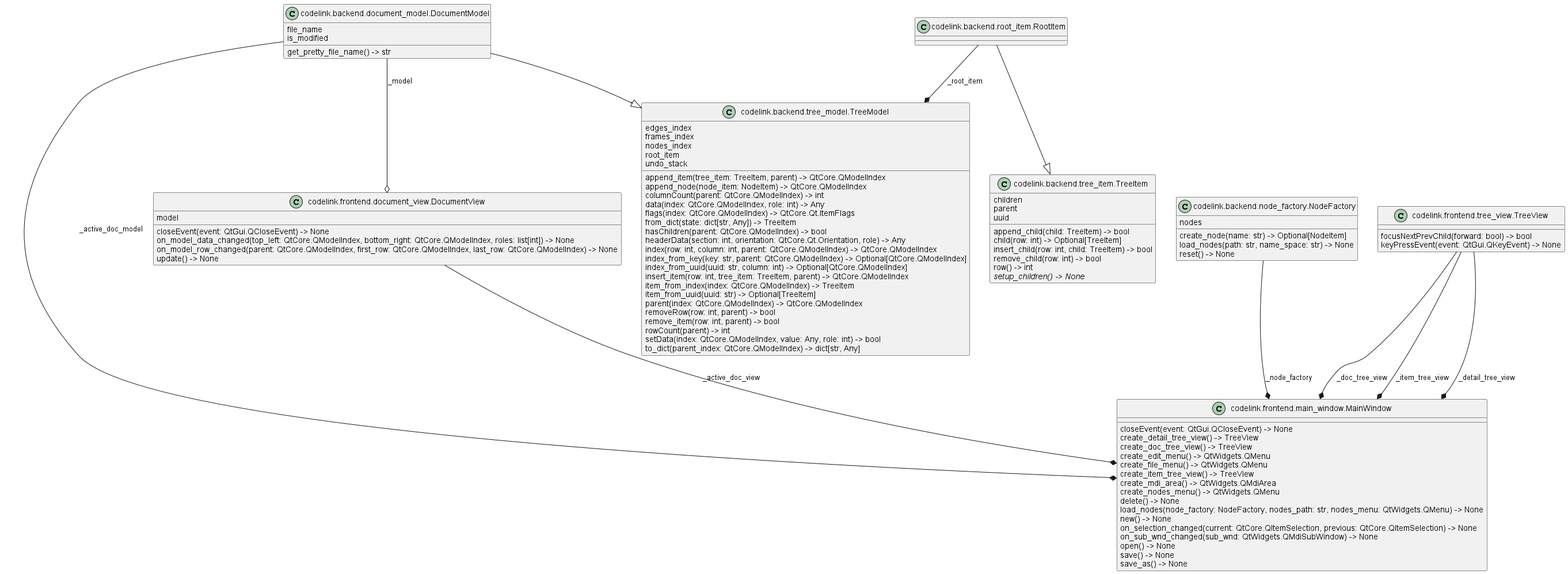
Earlier version of the PlantUML export img/frontend_classes.png (j8sr0230/codelink).
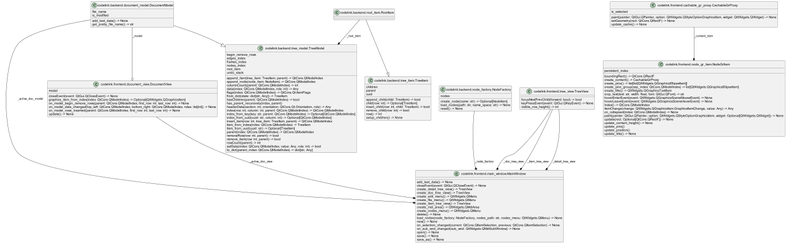
The same diagram one commit later.

The edit, as a diff of the source:
```diff
@@ -3,6 +3,7 @@
 class "codelink.backend.document_model.DocumentModel" as codelink.backend.document_model.DocumentModel {
   file_name
   is_modified
+  add_test_data() -> None
   get_pretty_file_name() -> str
 }
 class "codelink.backend.node_factory.NodeFactory" as codelink.backend.node_factory.NodeFactory {
@@ -25,6 +26,7 @@
   {abstract}setup_children() -> None
 }
 class "codelink.backend.tree_model.TreeModel" as codelink.backend.tree_model.TreeModel {
+  begin_remove_rows
   edges_index
   frames_index
   nodes_index
@@ -37,6 +39,7 @@
   flags(index: QtCore.QModelIndex) -> QtCore.Qt.ItemFlags
   from_dict(state: dict[str, Any]) -> TreeItem
   hasChildren(parent: QtCore.QModelIndex) -> bool
+  has_parent_recursively(index, parent)
   headerData(section: int, orientation: QtCore.Qt.Orientation, role) -> Any
   index(row: int, column: int, parent: QtCore.QModelIndex) -> QtCore.QModelIndex
   index_from_key(key: str, parent: QtCore.QModelIndex) -> Optional[QtCore.QModelIndex]
@@ -51,14 +54,23 @@
   setData(index: QtCore.QModelIndex, value: Any, role: int) -> bool
   to_dict(parent_index: QtCore.QModelIndex) -> dict[str, Any]
 }
+class "codelink.frontend.cachable_gr_proxy.CachableGrProxy" as codelink.frontend.cachable_gr_proxy.CachableGrProxy {
+  is_selected
+  paint(painter: QtGui.QPainter, option: QtWidgets.QStyleOptionGraphicsItem, widget: QtWidgets.QWidget) -> None
+  setGeometry(rect: QtCore.QRectF) -> None
+  update_cache() -> None
+}
 class "codelink.frontend.document_view.DocumentView" as codelink.frontend.document_view.DocumentView {
   model
   closeEvent(event: QtGui.QCloseEvent) -> None
+  graphics_item_from_index(index: QtCore.QModelIndex) -> Optional[QtWidgets.QGraphicsItem]
+  on_model_begin_remove_rows(parent: QtCore.QModelIndex, first_row: int, last_row: int) -> None
   on_model_data_changed(top_left: QtCore.QModelIndex, bottom_right: QtCore.QModelIndex, roles: list[int]) -> None
-  on_model_row_changed(parent: QtCore.QModelIndex, first_row: QtCore.QModelIndex, last_row: QtCore.QModelIndex) -> None
+  on_model_rows_inserted(parent: QtCore.QModelIndex, first_row: int, last_row: int) -> None
   update() -> None
 }
 class "codelink.frontend.main_window.MainWindow" as codelink.frontend.main_window.MainWindow {
+  add_test_data() -> None
   closeEvent(event: QtGui.QCloseEvent) -> None
   create_detail_tree_view() -> TreeView
   create_doc_tree_view() -> TreeView
@@ -76,15 +88,37 @@
   save() -> None
   save_as() -> None
 }
+class "codelink.frontend.node_gr_item.NodeGrItem" as codelink.frontend.node_gr_item.NodeGrItem {
+  persistent_index
+  boundingRect() -> QtCore.QRectF
+  create_content() -> CachableGrProxy
+  create_pins() -> list[list[QtWidgets.QGraphicsEllipseItem]]
+  create_pins_group(sep_index: QtCore.QModelIndex) -> list[QtWidgets.QGraphicsEllipseItem]
+  create_title() -> QtWidgets.QGraphicsTextItem
+  crop_text(text: str, width: float, font: QtGui.QFont) -> str
+  hoverEnterEvent(event: QtWidgets.QGraphicsSceneMouseEvent) -> None
+  hoverLeaveEvent(event: QtWidgets.QGraphicsSceneHoverEvent) -> None
+  index() -> QtCore.QModelIndex
+  itemChange(change: QtWidgets.QGraphicsItem.GraphicsItemChange, value: Any) -> Any
+  on_collapsed(index: QtCore.QModelIndex) -> None
+  paint(painter: QtGui.QPainter, option: QtWidgets.QStyleOptionGraphicsItem, widget: Optional[QtWidgets.QWidget]) -> None
+  update(rect: Optional[QtCore.QRectF]) -> None
+  update_content_height() -> None
+  update_pins()
+  update_position()
+  update_title() -> None
+}
 class "codelink.frontend.tree_view.TreeView" as codelink.frontend.tree_view.TreeView {
   focusNextPrevChild(forward: bool) -> bool
   keyPressEvent(event: QtGui.QKeyEvent) -> None
+  visible_row_height() -> int
 }
 codelink.backend.document_model.DocumentModel --|> codelink.backend.tree_model.TreeModel
 codelink.backend.root_item.RootItem --|> codelink.backend.tree_item.TreeItem
 codelink.backend.document_model.DocumentModel --* codelink.frontend.main_window.MainWindow : _active_doc_model
 codelink.backend.node_factory.NodeFactory --* codelink.frontend.main_window.MainWindow : _node_factory
 codelink.backend.root_item.RootItem --* codelink.backend.tree_model.TreeModel : _root_item
+codelink.frontend.cachable_gr_proxy.CachableGrProxy --* codelink.frontend.node_gr_item.NodeGrItem : _content_item
 codelink.frontend.document_view.DocumentView --* codelink.frontend.main_window.MainWindow : _active_doc_view
 codelink.frontend.tree_view.TreeView --* codelink.frontend.main_window.MainWindow : _doc_tree_view
 codelink.frontend.tree_view.TreeView --* codelink.frontend.main_window.MainWindow : _item_tree_view
```
